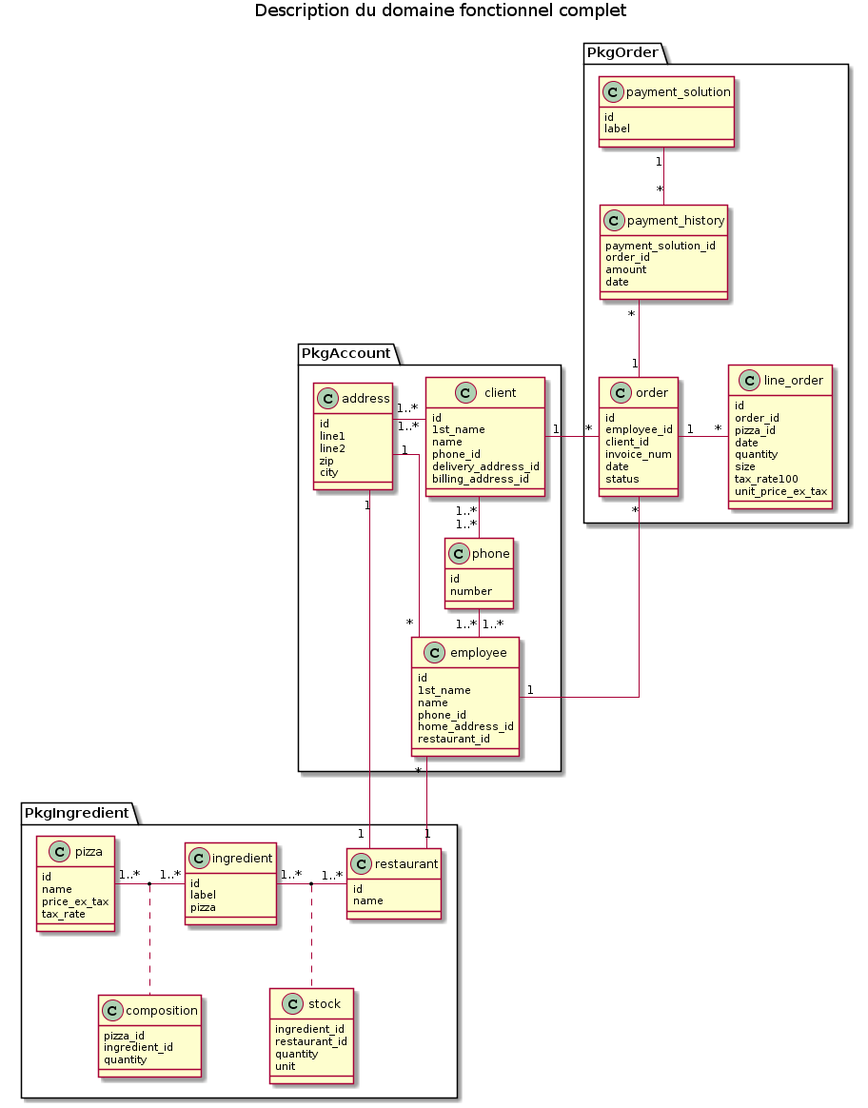
freezed/ocp6 keeps this PlantUML diagram as functional_model.png. Above is the earlier version.
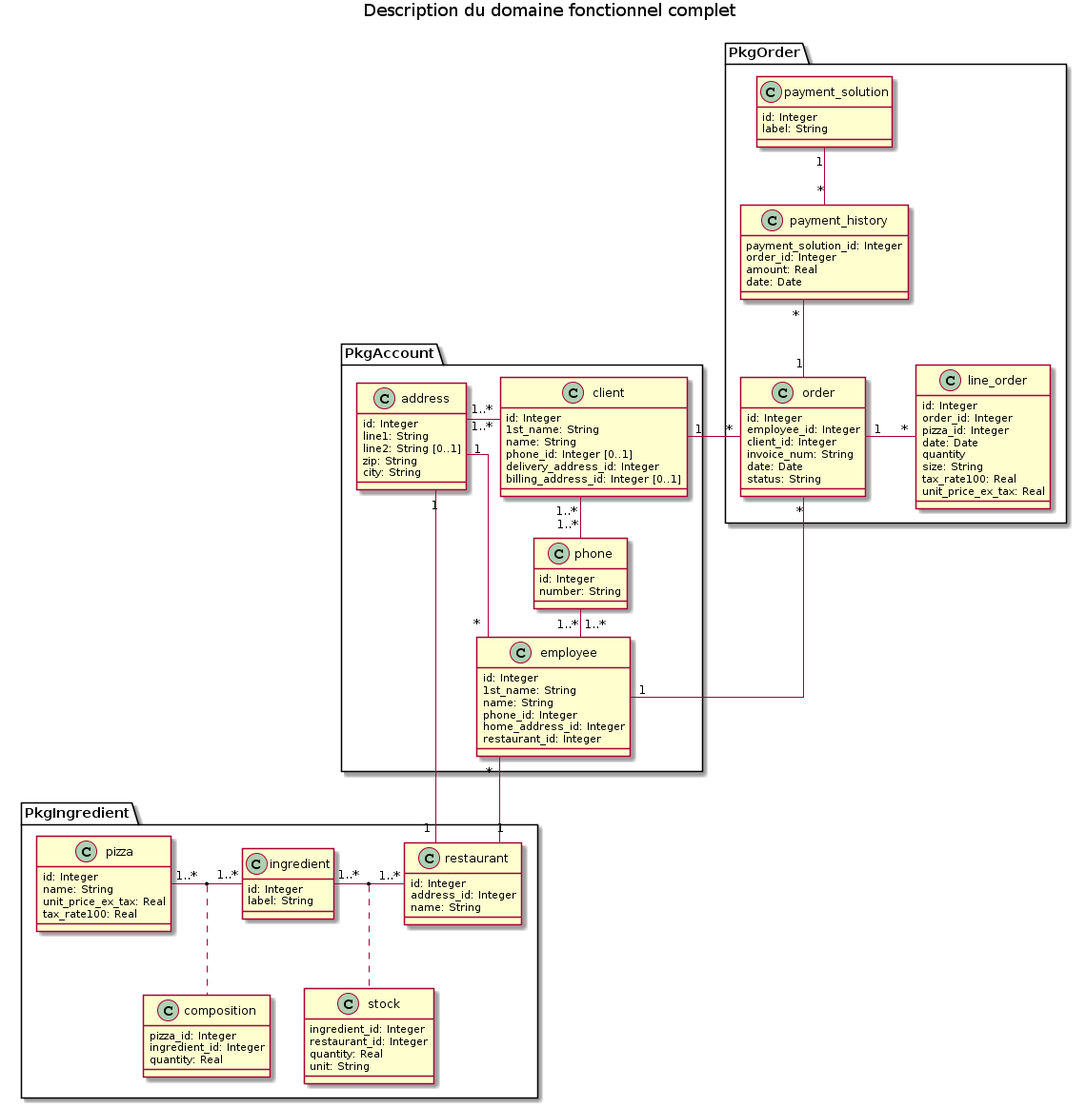
Above is the later version.

Commit message:
Adds type & multiplicity for attributes

What changed in the source:
```diff
@@ -45,100 +45,100 @@
 
 
 class address {
-    id
-    line1
-    line2
-    zip
-    city
+    id: Integer
+    line1: String
+    line2: String [0..1]
+    zip: String
+    city: String
 }
 
 class client {
-    id
-    1st_name
-    name
-    phone_id
-    delivery_address_id
-    billing_address_id
+    id: Integer
+    1st_name: String
+    name: String
+    phone_id: Integer [0..1]
+    delivery_address_id: Integer
+    billing_address_id: Integer [0..1]
 }
 
 class employee {
-    id
-    1st_name
-    name
-    phone_id
-    home_address_id
-    restaurant_id
+    id: Integer
+    1st_name: String
+    name: String
+    phone_id: Integer
+    home_address_id: Integer
+    restaurant_id: Integer
 }
 
 class phone {
-    id
-    number
+    id: Integer
+    number: String
 }
 
 
 
 class composition {
-    pizza_id
-    ingredient_id
-    quantity
+    pizza_id: Integer
+    ingredient_id: Integer
+    quantity: Real
 }
 
 class ingredient {
-    id
-    label
-    pizza
+    id: Integer
+    label: String
 }
 
 class pizza {
-    id
-    name
-    price_ex_tax
-    tax_rate
+    id: Integer
+    name: String
+    unit_price_ex_tax: Real
+    tax_rate100: Real
 }
 
 class restaurant {
-    id
-    name
+    id: Integer
+    address_id: Integer
+    name: String
 }
 
 class stock {
-    ingredient_id
-    restaurant_id
-    quantity
-    unit
+    ingredient_id: Integer
+    restaurant_id: Integer
+    quantity: Real
+    unit: String
 }
 
 
 class line_order {
-    id
-    order_id
-    pizza_id
-    date
+    id: Integer
+    order_id: Integer
+    pizza_id: Integer
+    date: Date
     quantity
-    size
-    tax_rate100
-    unit_price_ex_tax
+    size: String
+    tax_rate100: Real
+    unit_price_ex_tax: Real
 }
 
 class order {
-    id
-    employee_id
-    client_id
-    invoice_num
-    date
-    status
+    id: Integer
+    employee_id: Integer
+    client_id: Integer
+    invoice_num: String
+    date: Date
+    status: String
 }
 
 class payment_history {
-    payment_solution_id
-    order_id
-    amount
-    date
+    payment_solution_id: Integer
+    order_id: Integer
+    amount: Real
+    date: Date
 }
 
 class payment_solution {
-    id
-    label
+    id: Integer
+    label: String
 }
 
 employee "1" - "*" order
```
